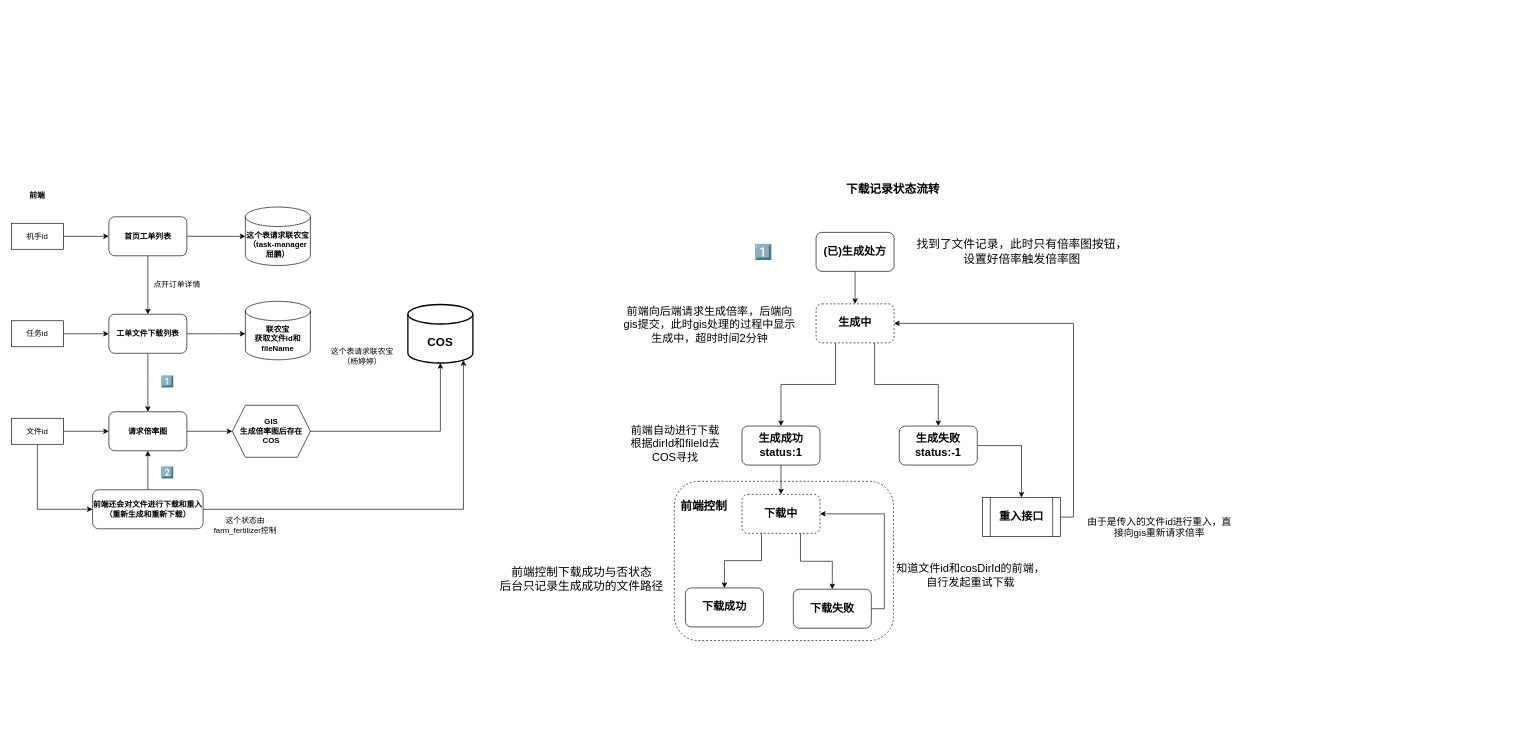
Before: DJ_fertilizer.drawio in RK-JD/DrawIO, a draw.io diagram. Source tidied: cells renumbered, new cells numbered last; positions are measured from the earlier drawing's top-left corner, leaving out a move shared by most shapes. Both pictures are drawn from the tidied source at 65%, with x=0, y=0 at pixel (11, 179).
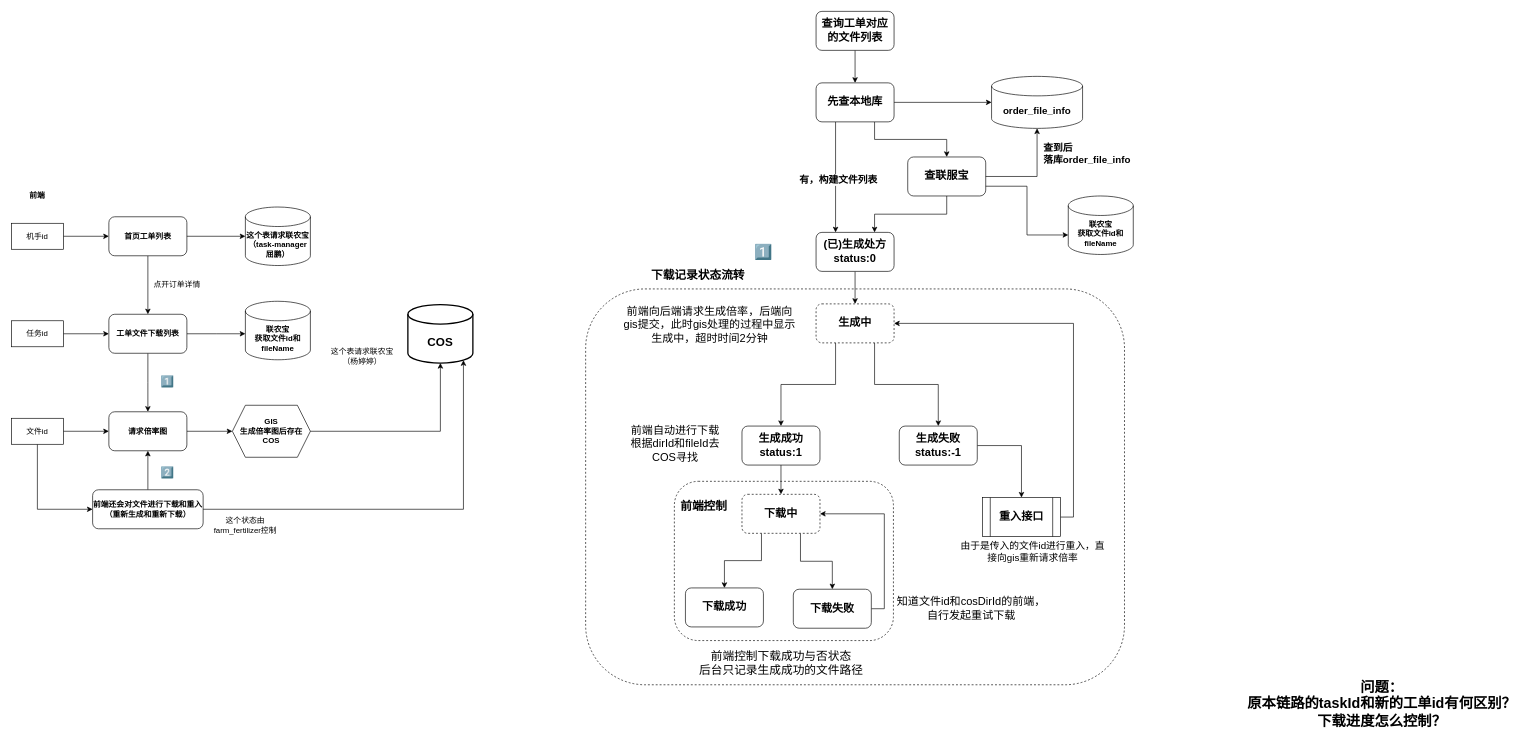
After the change.

Diff of the diagram source:
```diff
@@
+    <mxCell id="58" style="rounded=1;whiteSpace=wrap;html=1;dashed=1;" parent="1" vertex="1">
+      <mxGeometry x="883.5" y="168" width="829" height="609" as="geometry" />
+    </mxCell>
@@
-    <mxCell id="34" value="&lt;font style=&quot;font-size: 17px;&quot;&gt;(已)生成处方&lt;/font&gt;" style="rounded=1;whiteSpace=wrap;html=1;fontStyle=1;" parent="1" vertex="1">
+    <mxCell id="34" value="&lt;font style=&quot;font-size: 17px;&quot;&gt;(已)生成处方&lt;/font&gt;&lt;div&gt;&lt;font style=&quot;font-size: 17px;&quot;&gt;status:0&lt;/font&gt;&lt;/div&gt;" style="rounded=1;whiteSpace=wrap;html=1;fontStyle=1;" parent="1" vertex="1">
       <mxGeometry x="1238" y="81" width="120" height="60" as="geometry" />
     </mxCell>
     <mxCell id="35" value="&lt;b&gt;&lt;font style=&quot;font-size: 18px;&quot;&gt;下载记录状态流转&lt;/font&gt;&lt;/b&gt;" style="text;html=1;align=center;verticalAlign=middle;whiteSpace=wrap;rounded=0;" parent="1" vertex="1">
-      <mxGeometry x="1203" width="307" height="30" as="geometry" />
+      <mxGeometry x="903" y="132" width="307" height="30" as="geometry" />
     </mxCell>
-    <mxCell id="36" value="找到了文件记录，此时只有倍率图按钮，设置好倍率触发倍率图" style="text;html=1;align=center;verticalAlign=middle;whiteSpace=wrap;rounded=0;fontSize=18;" parent="1" vertex="1">
-      <mxGeometry x="1385" y="96" width="340" height="30" as="geometry" />
-    </mxCell>
@@
     <mxCell id="54" value="由于是传入的文件id进行重入，直接向gis重新请求倍率" style="text;html=1;align=center;verticalAlign=middle;whiteSpace=wrap;rounded=0;fontSize=15;" parent="1" vertex="1">
-      <mxGeometry x="1654" y="519" width="225" height="30" as="geometry" />
+      <mxGeometry x="1459" y="557" width="225" height="30" as="geometry" />
     </mxCell>
     <mxCell id="55" value="知道文件id和cosDirId的前端，自行发起重试下载" style="text;html=1;align=center;verticalAlign=middle;whiteSpace=wrap;rounded=0;fontSize=17;" parent="1" vertex="1">
-      <mxGeometry x="1356" y="594" width="240" height="30" as="geometry" />
+      <mxGeometry x="1357" y="645" width="240" height="30" as="geometry" />
     </mxCell>
     <mxCell id="56" value="&lt;font style=&quot;font-size: 18px;&quot;&gt;前端控制下载成功与否状态&lt;/font&gt;&lt;div&gt;&lt;font style=&quot;font-size: 18px;&quot;&gt;后台只记录生成成功的文件路径&lt;/font&gt;&lt;/div&gt;" style="text;html=1;align=center;verticalAlign=middle;strokeColor=none;fillColor=none;" parent="1" vertex="1">
-      <mxGeometry x="742" y="587" width="270" height="55" as="geometry" />
+      <mxGeometry x="1049" y="716" width="270" height="55" as="geometry" />
     </mxCell>
@@
+    <mxCell id="59" value="&lt;b&gt;&lt;font style=&quot;font-size: 22px;&quot;&gt;问题：&lt;/font&gt;&lt;/b&gt;&lt;div&gt;&lt;b&gt;&lt;font style=&quot;font-size: 22px;&quot;&gt;原本链路的taskId和新的工单id有何区别？&lt;/font&gt;&lt;/b&gt;&lt;/div&gt;&lt;div&gt;&lt;b&gt;&lt;font style=&quot;font-size: 22px;&quot;&gt;下载进度怎么控制？&lt;/font&gt;&lt;/b&gt;&lt;/div&gt;" style="text;html=1;align=center;verticalAlign=middle;strokeColor=none;fillColor=none;" parent="1" vertex="1">
+      <mxGeometry x="1892" y="761" width="431" height="91" as="geometry" />
+    </mxCell>
+    <mxCell id="60" style="edgeStyle=orthogonalEdgeStyle;rounded=0;jettySize=auto;html=1;exitX=0.5;exitY=1;exitDx=0;exitDy=0;entryX=0.5;entryY=0;entryDx=0;entryDy=0;" parent="1" edge="1" source="61" target="67">
+      <mxGeometry relative="1" as="geometry" />
+    </mxCell>
+    <mxCell id="61" value="&lt;span style=&quot;font-size: 17px;&quot;&gt;查询工单对应的文件列表&lt;/span&gt;" style="rounded=1;whiteSpace=wrap;html=1;fontStyle=1;" parent="1" vertex="1">
+      <mxGeometry x="1238" y="-259" width="120" height="60" as="geometry" />
+    </mxCell>
+    <mxCell id="62" value="&lt;b&gt;&lt;font style=&quot;font-size: 15px;&quot;&gt;order_file_info&lt;/font&gt;&lt;/b&gt;" style="shape=cylinder3;whiteSpace=wrap;html=1;boundedLbl=1;backgroundOutline=1;size=15;" parent="1" vertex="1">
+      <mxGeometry x="1508" y="-159" width="140" height="80" as="geometry" />
+    </mxCell>
+    <mxCell id="63" style="edgeStyle=orthogonalEdgeStyle;rounded=0;jettySize=auto;html=1;exitX=1;exitY=0.5;exitDx=0;exitDy=0;" parent="1" edge="1" source="67" target="62">
+      <mxGeometry relative="1" as="geometry" />
+    </mxCell>
+    <mxCell id="64" style="edgeStyle=orthogonalEdgeStyle;rounded=0;jettySize=auto;html=1;exitX=0.75;exitY=1;exitDx=0;exitDy=0;entryX=0.5;entryY=0;entryDx=0;entryDy=0;" parent="1" edge="1" source="67" target="69">
+      <mxGeometry relative="1" as="geometry" />
+    </mxCell>
+    <mxCell id="65" style="edgeStyle=orthogonalEdgeStyle;rounded=0;jettySize=auto;html=1;exitX=0.25;exitY=1;exitDx=0;exitDy=0;entryX=0.25;entryY=0;entryDx=0;entryDy=0;" parent="1" edge="1" source="67" target="34">
+      <mxGeometry relative="1" as="geometry" />
+    </mxCell>
+    <mxCell id="66" value="&lt;span style=&quot;font-size: 15px; font-weight: 700;&quot;&gt;有，构建文件列表&lt;/span&gt;" style="edgeLabel;html=1;align=center;verticalAlign=middle;" parent="65" vertex="1">
+      <mxGeometry x="0.02" y="3" relative="1" as="geometry">
+        <mxPoint y="1" as="offset" />
+      </mxGeometry>
+    </mxCell>
+    <mxCell id="67" value="&lt;span style=&quot;font-size: 17px;&quot;&gt;先查本地库&lt;/span&gt;" style="rounded=1;whiteSpace=wrap;html=1;fontStyle=1;" parent="1" vertex="1">
+      <mxGeometry x="1238" y="-149" width="120" height="60" as="geometry" />
+    </mxCell>
+    <mxCell id="68" style="edgeStyle=orthogonalEdgeStyle;rounded=0;jettySize=auto;html=1;exitX=0.5;exitY=1;exitDx=0;exitDy=0;entryX=0.75;entryY=0;entryDx=0;entryDy=0;" parent="1" edge="1" source="69" target="34">
+      <mxGeometry relative="1" as="geometry" />
+    </mxCell>
+    <mxCell id="69" value="&lt;span style=&quot;font-size: 17px;&quot;&gt;查联服宝&lt;/span&gt;" style="rounded=1;whiteSpace=wrap;html=1;fontStyle=1;" parent="1" vertex="1">
+      <mxGeometry x="1379" y="-35" width="120" height="60" as="geometry" />
+    </mxCell>
+    <mxCell id="70" style="edgeStyle=orthogonalEdgeStyle;rounded=0;jettySize=auto;html=1;exitX=1;exitY=0.5;exitDx=0;exitDy=0;entryX=0.5;entryY=1;entryDx=0;entryDy=0;entryPerimeter=0;" parent="1" edge="1" source="69" target="62">
+      <mxGeometry relative="1" as="geometry" />
+    </mxCell>
+    <mxCell id="71" value="&lt;span style=&quot;forced-color-adjust: none; color: rgb(0, 0, 0); font-family: Helvetica; font-style: normal; font-variant-ligatures: normal; font-variant-caps: normal; letter-spacing: normal; orphans: 2; text-align: center; text-indent: 0px; text-transform: none; widows: 2; word-spacing: 0px; -webkit-text-stroke-width: 0px; white-space: nowrap; text-decoration-thickness: initial; text-decoration-style: initial; text-decoration-color: initial; font-size: 15px; font-weight: 700;&quot;&gt;查到后&lt;/span&gt;&lt;div style=&quot;forced-color-adjust: none; color: rgb(0, 0, 0); font-family: Helvetica; font-style: normal; font-variant-ligatures: normal; font-variant-caps: normal; letter-spacing: normal; orphans: 2; text-align: center; text-indent: 0px; text-transform: none; widows: 2; word-spacing: 0px; -webkit-text-stroke-width: 0px; white-space: nowrap; text-decoration-thickness: initial; text-decoration-style: initial; text-decoration-color: initial; font-size: 15px; font-weight: 700;&quot;&gt;落库order_file_info&lt;/div&gt;" style="text;whiteSpace=wrap;html=1;" parent="1" vertex="1">
+      <mxGeometry x="1586" y="-64" width="162" height="58" as="geometry" />
+    </mxCell>
+    <mxCell id="72" value="&lt;span style=&quot;font-weight: 700;&quot;&gt;联农宝&lt;/span&gt;&lt;div style=&quot;font-weight: 700;&quot;&gt;获取文件id和fileName&lt;/div&gt;" style="shape=cylinder3;whiteSpace=wrap;html=1;boundedLbl=1;backgroundOutline=1;size=15;" parent="1" vertex="1">
+      <mxGeometry x="1626" y="25" width="100" height="90" as="geometry" />
+    </mxCell>
+    <mxCell id="73" style="edgeStyle=orthogonalEdgeStyle;rounded=0;jettySize=auto;html=1;exitX=1;exitY=0.75;exitDx=0;exitDy=0;entryX=0;entryY=0;entryDx=0;entryDy=60;entryPerimeter=0;" parent="1" edge="1" source="69" target="72">
+      <mxGeometry relative="1" as="geometry" />
+    </mxCell>
```
